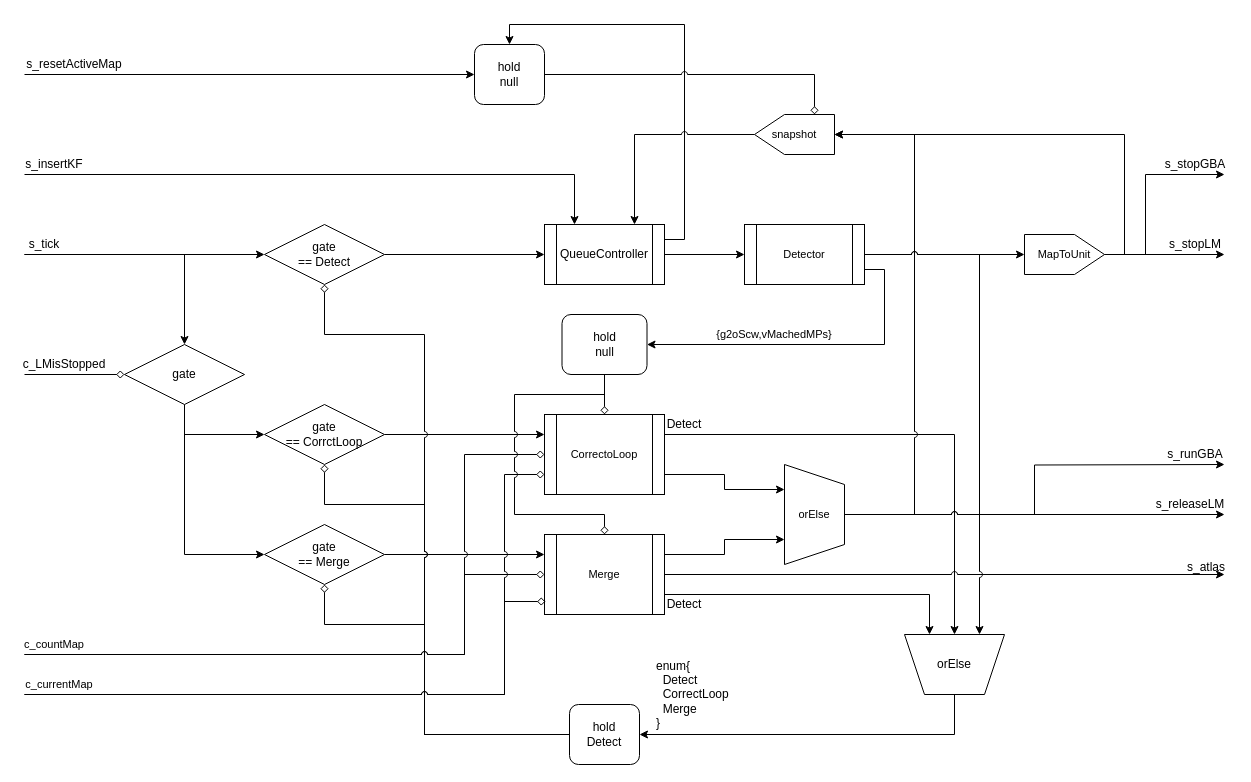
Before: images/LoopClosingFRP.drawio in suzuki-taro-unofficial/ORB-SLAM3-decoding, a draw.io diagram. Source tidied: cells renumbered, new cells numbered last; positions are measured from the earlier drawing's top-left corner, leaving out a move shared by most shapes. Both pictures are drawn from the tidied source at 100%, with x=0, y=0 at pixel (24, 44).
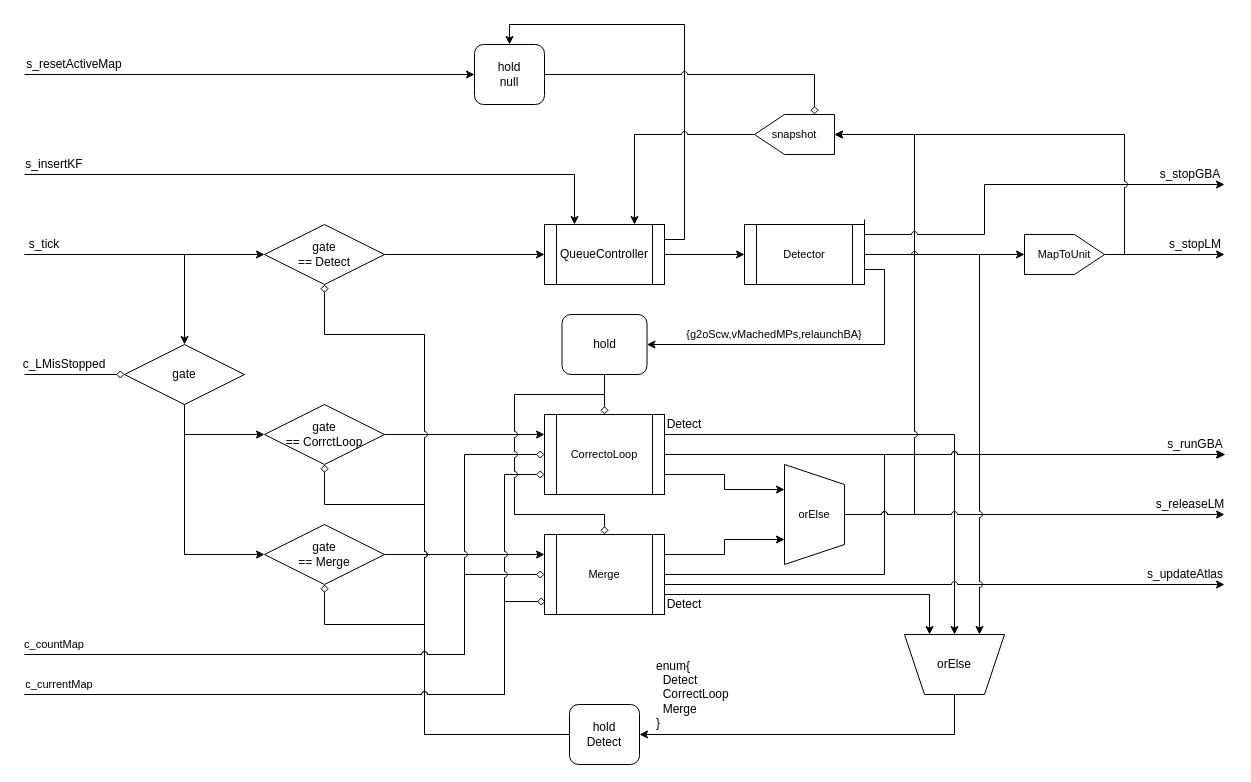
The same page after the edit.

The change refers to these unchanged cells:
```xml
<mxCell id="21" value="CorrectoLoop" style="shape=process;whiteSpace=wrap;html=1;backgroundOutline=1;fontFamily=Helvetica;fontSize=11;fontColor=default;labelBackgroundColor=default;" parent="1" vertex="1">
  <mxGeometry x="520" y="370" width="120" height="80" as="geometry" />
</mxCell>
<mxCell id="25" value="Merge" style="shape=process;whiteSpace=wrap;html=1;backgroundOutline=1;fontFamily=Helvetica;fontSize=11;fontColor=default;labelBackgroundColor=default;" parent="1" vertex="1">
  <mxGeometry x="520" y="490" width="120" height="80" as="geometry" />
</mxCell>
<mxCell id="29" value="orElse" style="shape=trapezoid;perimeter=trapezoidPerimeter;whiteSpace=wrap;html=1;fixedSize=1;fontFamily=Helvetica;fontSize=11;fontColor=default;labelBackgroundColor=default;direction=south;" parent="1" vertex="1">
  <mxGeometry x="760" y="420" width="60" height="100" as="geometry" />
</mxCell>
<mxCell id="33" value="MapToUnit" style="shape=offPageConnector;whiteSpace=wrap;html=1;fontFamily=Helvetica;fontSize=11;fontColor=default;labelBackgroundColor=default;direction=north;" parent="1" vertex="1">
  <mxGeometry x="1000" y="190" width="80" height="40" as="geometry" />
</mxCell>
<mxCell id="35" value="orElse" style="shape=trapezoid;perimeter=trapezoidPerimeter;whiteSpace=wrap;html=1;fixedSize=1;direction=west;" parent="1" vertex="1">
  <mxGeometry x="880" y="590" width="100" height="60" as="geometry" />
</mxCell>
<mxCell id="59" value="snapshot" style="shape=offPageConnector;whiteSpace=wrap;html=1;fontFamily=Helvetica;fontSize=11;fontColor=default;labelBackgroundColor=default;direction=south;" parent="1" vertex="1">
  <mxGeometry x="730" y="70" width="80" height="40" as="geometry" />
</mxCell>
<mxCell id="69" value="Detector" style="shape=process;whiteSpace=wrap;html=1;backgroundOutline=1;fontFamily=Helvetica;fontSize=11;fontColor=default;labelBackgroundColor=default;" parent="1" vertex="1">
  <mxGeometry x="720" y="180" width="120" height="60" as="geometry" />
</mxCell>
```

The edit, as a diff of the source:
```diff
@@
+    <mxCell id="70" style="edgeStyle=orthogonalEdgeStyle;rounded=0;jettySize=auto;html=1;exitX=1;exitY=0.5;exitDx=0;exitDy=0;jumpStyle=arc;" parent="1" edge="1" source="21">
+      <mxGeometry relative="1" as="geometry">
+        <mxPoint x="1200" y="410" as="targetPoint" />
+      </mxGeometry>
+    </mxCell>
@@
     <mxCell id="22" style="edgeStyle=orthogonalEdgeStyle;shape=connector;rounded=0;jumpStyle=arc;jettySize=auto;html=1;exitX=1;exitY=0.25;exitDx=0;exitDy=0;entryX=0.75;entryY=1;entryDx=0;entryDy=0;strokeColor=default;align=center;verticalAlign=middle;fontFamily=Helvetica;fontSize=11;fontColor=default;labelBackgroundColor=default;endArrow=classic;" parent="1" edge="1" source="25" target="29">
-      <mxGeometry relative="1" as="geometry" />
+      <mxGeometry relative="1" as="geometry">
+        <Array as="points">
+          <mxPoint x="700" y="510" />
+          <mxPoint x="700" y="495" />
+        </Array>
+      </mxGeometry>
     </mxCell>
     <mxCell id="23" style="edgeStyle=orthogonalEdgeStyle;shape=connector;rounded=0;jumpStyle=arc;jettySize=auto;html=1;exitX=1;exitY=0.5;exitDx=0;exitDy=0;strokeColor=default;align=center;verticalAlign=middle;fontFamily=Helvetica;fontSize=11;fontColor=default;labelBackgroundColor=default;endArrow=classic;" parent="1" edge="1" source="25">
       <mxGeometry relative="1" as="geometry">
-        <mxPoint x="1200" y="530" as="targetPoint" />
+        <mxPoint x="1200" y="540" as="targetPoint" />
+        <Array as="points">
+          <mxPoint x="640" y="540" />
+        </Array>
       </mxGeometry>
     </mxCell>
     <mxCell id="24" style="edgeStyle=orthogonalEdgeStyle;shape=connector;rounded=0;jumpStyle=arc;jettySize=auto;html=1;exitX=1;exitY=0.75;exitDx=0;exitDy=0;strokeColor=default;align=center;verticalAlign=middle;fontFamily=Helvetica;fontSize=11;fontColor=default;labelBackgroundColor=default;endArrow=classic;entryX=0.75;entryY=1;entryDx=0;entryDy=0;" parent="1" edge="1" source="25" target="35">
-      <mxGeometry relative="1" as="geometry" />
+      <mxGeometry relative="1" as="geometry">
+        <Array as="points">
+          <mxPoint x="905" y="550" />
+        </Array>
+      </mxGeometry>
     </mxCell>
+    <mxCell id="71" style="edgeStyle=orthogonalEdgeStyle;rounded=0;jettySize=auto;html=1;entryX=1;entryY=1;entryDx=0;entryDy=0;jumpStyle=arc;" parent="1" edge="1" target="40">
+      <mxGeometry relative="1" as="geometry">
+        <mxPoint x="640" y="540" as="sourcePoint" />
+        <Array as="points">
+          <mxPoint x="640" y="530" />
+          <mxPoint x="860" y="530" />
+          <mxPoint x="860" y="410" />
+        </Array>
+      </mxGeometry>
+    </mxCell>
@@
     <mxCell id="27" style="edgeStyle=none;shape=connector;rounded=0;jumpStyle=arc;jettySize=auto;html=1;entryX=0.5;entryY=0;entryDx=0;entryDy=0;strokeColor=default;align=center;verticalAlign=middle;fontFamily=Helvetica;fontSize=11;fontColor=default;labelBackgroundColor=default;endArrow=classic;" parent="1" edge="1" source="29" target="59">
       <mxGeometry relative="1" as="geometry">
         <Array as="points">
           <mxPoint x="890" y="470" />
+          <mxPoint x="890" y="450" />
           <mxPoint x="890" y="90" />
         </Array>
       </mxGeometry>
     </mxCell>
-    <mxCell id="28" style="edgeStyle=orthogonalEdgeStyle;shape=connector;rounded=0;jumpStyle=arc;jettySize=auto;html=1;exitX=0.5;exitY=0;exitDx=0;exitDy=0;strokeColor=default;align=center;verticalAlign=middle;fontFamily=Helvetica;fontSize=11;fontColor=default;labelBackgroundColor=default;endArrow=classic;" parent="1" edge="1" source="29">
-      <mxGeometry relative="1" as="geometry">
-        <mxPoint x="1200" y="420" as="targetPoint" />
-      </mxGeometry>
-    </mxCell>
@@
-    <mxCell id="31" style="edgeStyle=orthogonalEdgeStyle;shape=connector;rounded=0;jumpStyle=arc;jettySize=auto;html=1;strokeColor=default;align=center;verticalAlign=middle;fontFamily=Helvetica;fontSize=11;fontColor=default;labelBackgroundColor=default;endArrow=classic;" parent="1" edge="1" source="33">
+    <mxCell id="31" style="edgeStyle=orthogonalEdgeStyle;shape=connector;rounded=0;jumpStyle=arc;orthogonalLoop=1;jettySize=auto;html=1;strokeColor=default;align=center;verticalAlign=middle;fontFamily=Helvetica;fontSize=11;fontColor=default;labelBackgroundColor=default;endArrow=classic;exitX=1;exitY=0.25;exitDx=0;exitDy=0;" parent="1" edge="1">
       <mxGeometry relative="1" as="geometry">
-        <mxPoint x="1200" y="130" as="targetPoint" />
+        <mxPoint x="840" y="175" as="sourcePoint" />
+        <mxPoint x="1200" y="140" as="targetPoint" />
         <Array as="points">
-          <mxPoint x="1121" y="210" />
+          <mxPoint x="840" y="190" />
+          <mxPoint x="960" y="190" />
+          <mxPoint x="960" y="140" />
         </Array>
       </mxGeometry>
     </mxCell>
@@
     <mxCell id="37" value="s_stopGBA" style="text;html=1;align=center;verticalAlign=middle;whiteSpace=wrap;rounded=0;" parent="1" vertex="1">
-      <mxGeometry x="1141" y="110" width="60" height="20" as="geometry" />
+      <mxGeometry x="1136" y="120" width="60" height="20" as="geometry" />
     </mxCell>
@@
-    <mxCell id="39" value="s_atlas" style="text;html=1;align=center;verticalAlign=middle;whiteSpace=wrap;rounded=0;" parent="1" vertex="1">
-      <mxGeometry x="1163" y="515" width="38" height="15" as="geometry" />
+    <mxCell id="39" value="s_updateAtlas" style="text;html=1;align=center;verticalAlign=middle;whiteSpace=wrap;rounded=0;" parent="1" vertex="1">
+      <mxGeometry x="1121" y="522.5" width="80" height="15" as="geometry" />
     </mxCell>
     <mxCell id="40" value="s_runGBA" style="text;html=1;align=center;verticalAlign=middle;whiteSpace=wrap;rounded=0;" parent="1" vertex="1">
-      <mxGeometry x="1141" y="400" width="60" height="20" as="geometry" />
+      <mxGeometry x="1141" y="390" width="60" height="20" as="geometry" />
     </mxCell>
@@
-    <mxCell id="63" value="hold&lt;div&gt;null&lt;/div&gt;" style="rounded=1;whiteSpace=wrap;html=1;" parent="1" vertex="1">
+    <mxCell id="63" value="hold" style="rounded=1;whiteSpace=wrap;html=1;" parent="1" vertex="1">
       <mxGeometry x="537.5" y="270" width="85" height="60" as="geometry" />
     </mxCell>
-    <mxCell id="64" value="{g2oScw,vMachedMPs}" style="text;html=1;align=center;verticalAlign=middle;whiteSpace=wrap;rounded=0;fontFamily=Helvetica;fontSize=11;fontColor=default;labelBackgroundColor=default;" parent="1" vertex="1">
-      <mxGeometry x="690" y="280" width="120" height="20" as="geometry" />
+    <mxCell id="64" value="{g2oScw,vMachedMPs,relaunchBA}" style="text;html=1;align=center;verticalAlign=middle;whiteSpace=wrap;rounded=0;fontFamily=Helvetica;fontSize=11;fontColor=default;labelBackgroundColor=default;" parent="1" vertex="1">
+      <mxGeometry x="660" y="280" width="180" height="20" as="geometry" />
     </mxCell>
@@
+    <mxCell id="68" style="edgeStyle=orthogonalEdgeStyle;shape=connector;rounded=0;jumpStyle=arc;jettySize=auto;html=1;exitX=1;exitY=0.75;exitDx=0;exitDy=0;entryX=1;entryY=0.5;entryDx=0;entryDy=0;strokeColor=default;align=center;verticalAlign=middle;fontFamily=Helvetica;fontSize=11;fontColor=default;labelBackgroundColor=default;endArrow=classic;" parent="1" edge="1" source="69" target="63">
+      <mxGeometry relative="1" as="geometry" />
+    </mxCell>
-    <mxCell id="67" style="edgeStyle=orthogonalEdgeStyle;shape=connector;rounded=0;jumpStyle=arc;jettySize=auto;html=1;strokeColor=default;align=center;verticalAlign=middle;fontFamily=Helvetica;fontSize=11;fontColor=default;labelBackgroundColor=default;endArrow=classic;" parent="1" edge="1" source="69" target="33">
+    <mxCell id="67" style="edgeStyle=orthogonalEdgeStyle;rounded=0;jettySize=auto;html=1;entryX=0.5;entryY=0;entryDx=0;entryDy=0;" parent="1" edge="1" source="69" target="33">
       <mxGeometry relative="1" as="geometry" />
     </mxCell>
-    <mxCell id="68" style="edgeStyle=orthogonalEdgeStyle;shape=connector;rounded=0;jumpStyle=arc;jettySize=auto;html=1;exitX=1;exitY=0.75;exitDx=0;exitDy=0;entryX=1;entryY=0.5;entryDx=0;entryDy=0;strokeColor=default;align=center;verticalAlign=middle;fontFamily=Helvetica;fontSize=11;fontColor=default;labelBackgroundColor=default;endArrow=classic;" parent="1" edge="1" source="69" target="63">
-      <mxGeometry relative="1" as="geometry" />
-    </mxCell>
```
